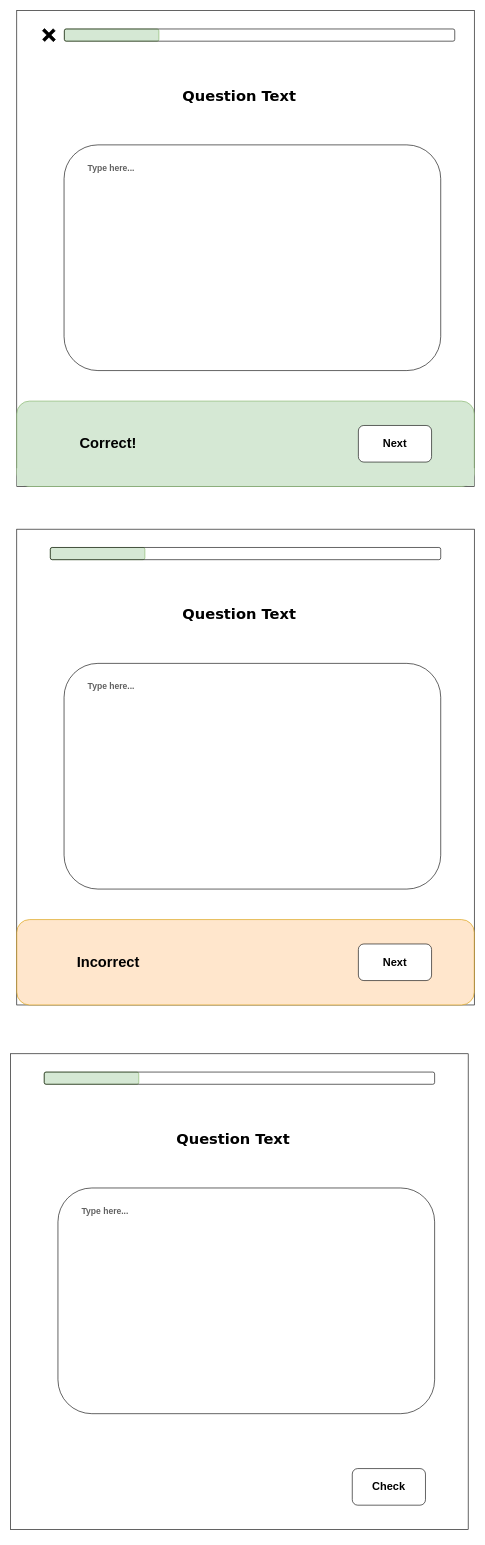
The draw.io diagram page "Questions - Enter Text" (3 of 4) of WireFrames/Quiz WireFrame.drawio in TEESDAAL/QuizSite, before the edit. Source tidied: cells renumbered, new cells numbered last; positions are measured from the earlier drawing's top-left corner, leaving out a move shared by most shapes. Both pictures are drawn from the tidied source at 61%, with x=0, y=0 at pixel (10, 10). Pictures stored in the file or linked from it are replaced by grey dashed boxes.
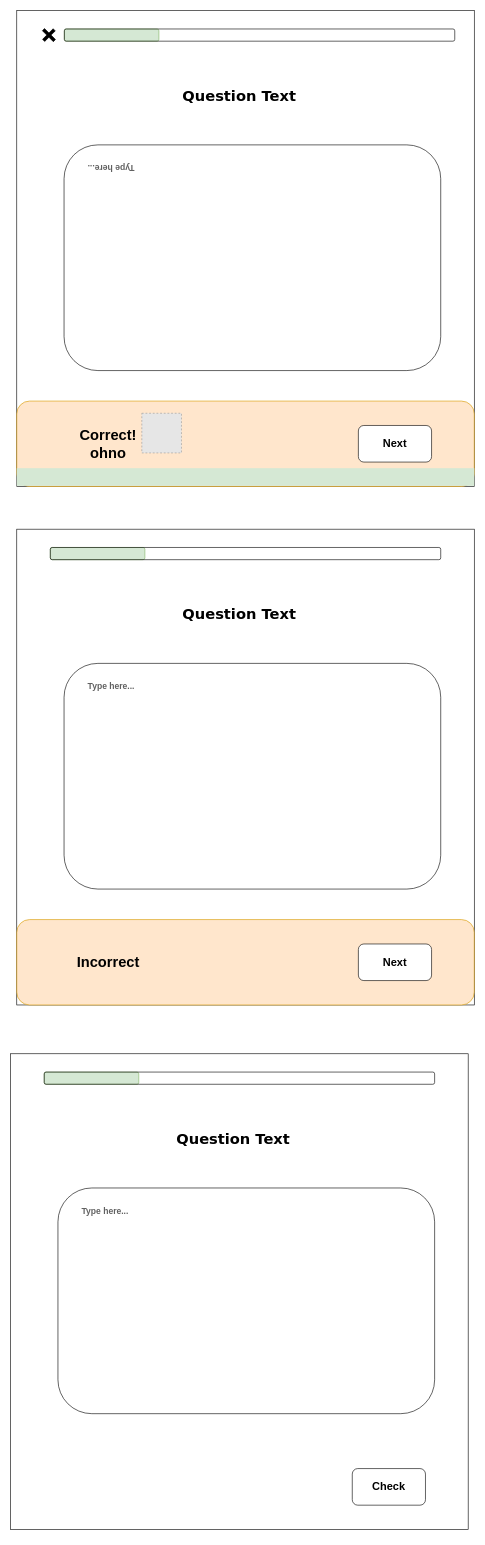
The same page after the edit.

The edit, as a diff of the source:
```diff
@@
-    <mxCell id="7" style="rounded=1;whiteSpace=wrap;html=1;fillColor=#d5e8d4;strokeColor=#82b366;" parent="1" vertex="1">
+    <mxCell id="7" style="rounded=1;whiteSpace=wrap;html=1;fillColor=#ffe6cc;strokeColor=#d79b00;" parent="1" vertex="1">
       <mxGeometry x="10" y="640" width="750" height="140" as="geometry" />
     </mxCell>
-    <mxCell id="8" value="&lt;h1&gt;Correct!&lt;/h1&gt;" style="text;html=1;strokeColor=none;fillColor=none;align=center;verticalAlign=middle;whiteSpace=wrap;rounded=0;" parent="1" vertex="1">
+    <mxCell id="8" value="&lt;h1&gt;Correct! ohno&lt;br&gt;&lt;/h1&gt;" style="text;html=1;strokeColor=none;fillColor=none;align=center;verticalAlign=middle;whiteSpace=wrap;rounded=0;" parent="1" vertex="1">
       <mxGeometry x="90" y="670" width="140" height="80" as="geometry" />
     </mxCell>
@@
-    <mxCell id="11" value="&lt;h3&gt;&lt;font color=&quot;#616161&quot;&gt;Type here...&lt;/font&gt;&lt;/h3&gt;" style="text;html=1;strokeColor=none;fillColor=none;align=center;verticalAlign=middle;whiteSpace=wrap;rounded=0;" parent="1" vertex="1">
+    <mxCell id="11" value="&lt;h3&gt;&lt;font color=&quot;#616161&quot;&gt;Type here...&lt;/font&gt;&lt;/h3&gt;" style="text;html=1;strokeColor=none;fillColor=none;align=center;verticalAlign=middle;whiteSpace=wrap;rounded=0;rotation=180;" parent="1" vertex="1">
       <mxGeometry x="115" y="248" width="100" height="20" as="geometry" />
     </mxCell>
@@
+    <mxCell id="32" style="fillColor=#E6E6E6;strokeColor=#999999;dashed=1;verticalLabelPosition=bottom;labelBackgroundColor=#ffffff;verticalAlign=top;" parent="1" vertex="1">
+      <mxGeometry x="215" y="660" width="65" height="65" as="geometry" />
+    </mxCell>
```
